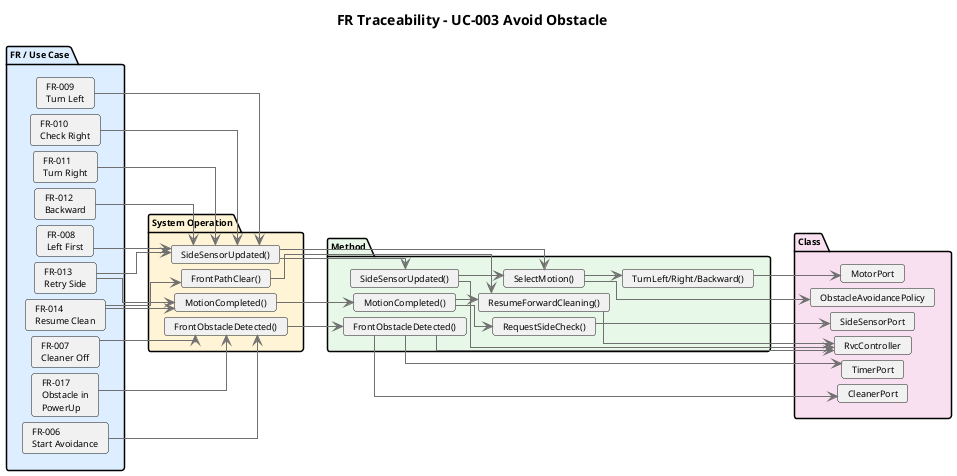
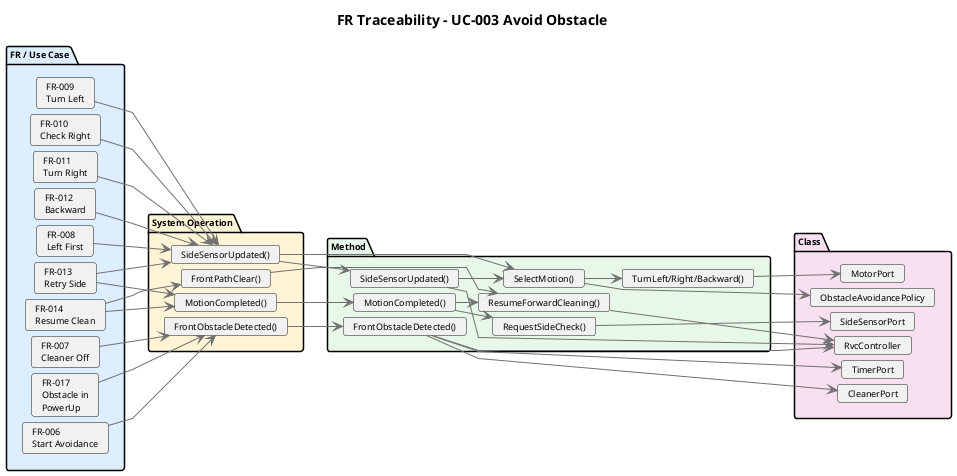
@startuml FR_Traceability_UC003
title FR Traceability - UC-003 Avoid Obstacle

skinparam shadowing false
- skinparam linetype ortho
+ skinparam linetype polyline
skinparam nodesep 6
skinparam ranksep 12
skinparam defaultFontSize 9
skinparam ArrowColor #707070

left to right direction

package "FR / Use Case" #DCEEFF {
  card "FR-006\nStart Avoidance" as FR006
  card "FR-007\nCleaner Off" as FR007
  card "FR-008\nLeft First" as FR008
  card "FR-009\nTurn Left" as FR009
  card "FR-010\nCheck Right" as FR010
  card "FR-011\nTurn Right" as FR011
  card "FR-012\nBackward" as FR012
  card "FR-013\nRetry Side" as FR013
  card "FR-014\nResume Clean" as FR014
  card "FR-017\nObstacle in\nPowerUp" as FR017
}

package "System Operation" #FFF4D6 {
  card "FrontObstacleDetected()" as OP1
  card "SideSensorUpdated()" as OP2
  card "MotionCompleted()" as OP3
  card "FrontPathClear()" as OP4
}

package "Method" #E8F8E8 {
  card "FrontObstacleDetected()" as M1
  card "SideSensorUpdated()" as M2
  card "SelectMotion()" as M3
  card "TurnLeft/Right/Backward()" as M4
  card "MotionCompleted()" as M5
  card "ResumeForwardCleaning()" as M6
  card "RequestSideCheck()" as M7
}

package "Class" #F8E0F0 {
  card "RvcController" as C1
  card "ObstacleAvoidancePolicy" as C2
  card "CleanerPort" as C3
  card "MotorPort" as C4
  card "SideSensorPort" as C5
  card "TimerPort" as C6
}

FR006 --> OP1
FR007 --> OP1
FR008 --> OP2
FR009 --> OP2
FR010 --> OP2
FR011 --> OP2
FR012 --> OP2
FR013 --> OP2
FR013 --> OP3
FR014 --> OP3
FR014 --> OP4
FR017 --> OP1

OP1 --> M1
OP2 --> M2
OP2 --> M3
OP3 --> M5
OP4 --> M6

M2 --> M3
M3 --> M4
M5 --> M7
M5 --> M6

M1 --> C1
M2 --> C1
M3 --> C2
M4 --> C4
M1 --> C3
M1 --> C6
M7 --> C5
M6 --> C1

@enduml
